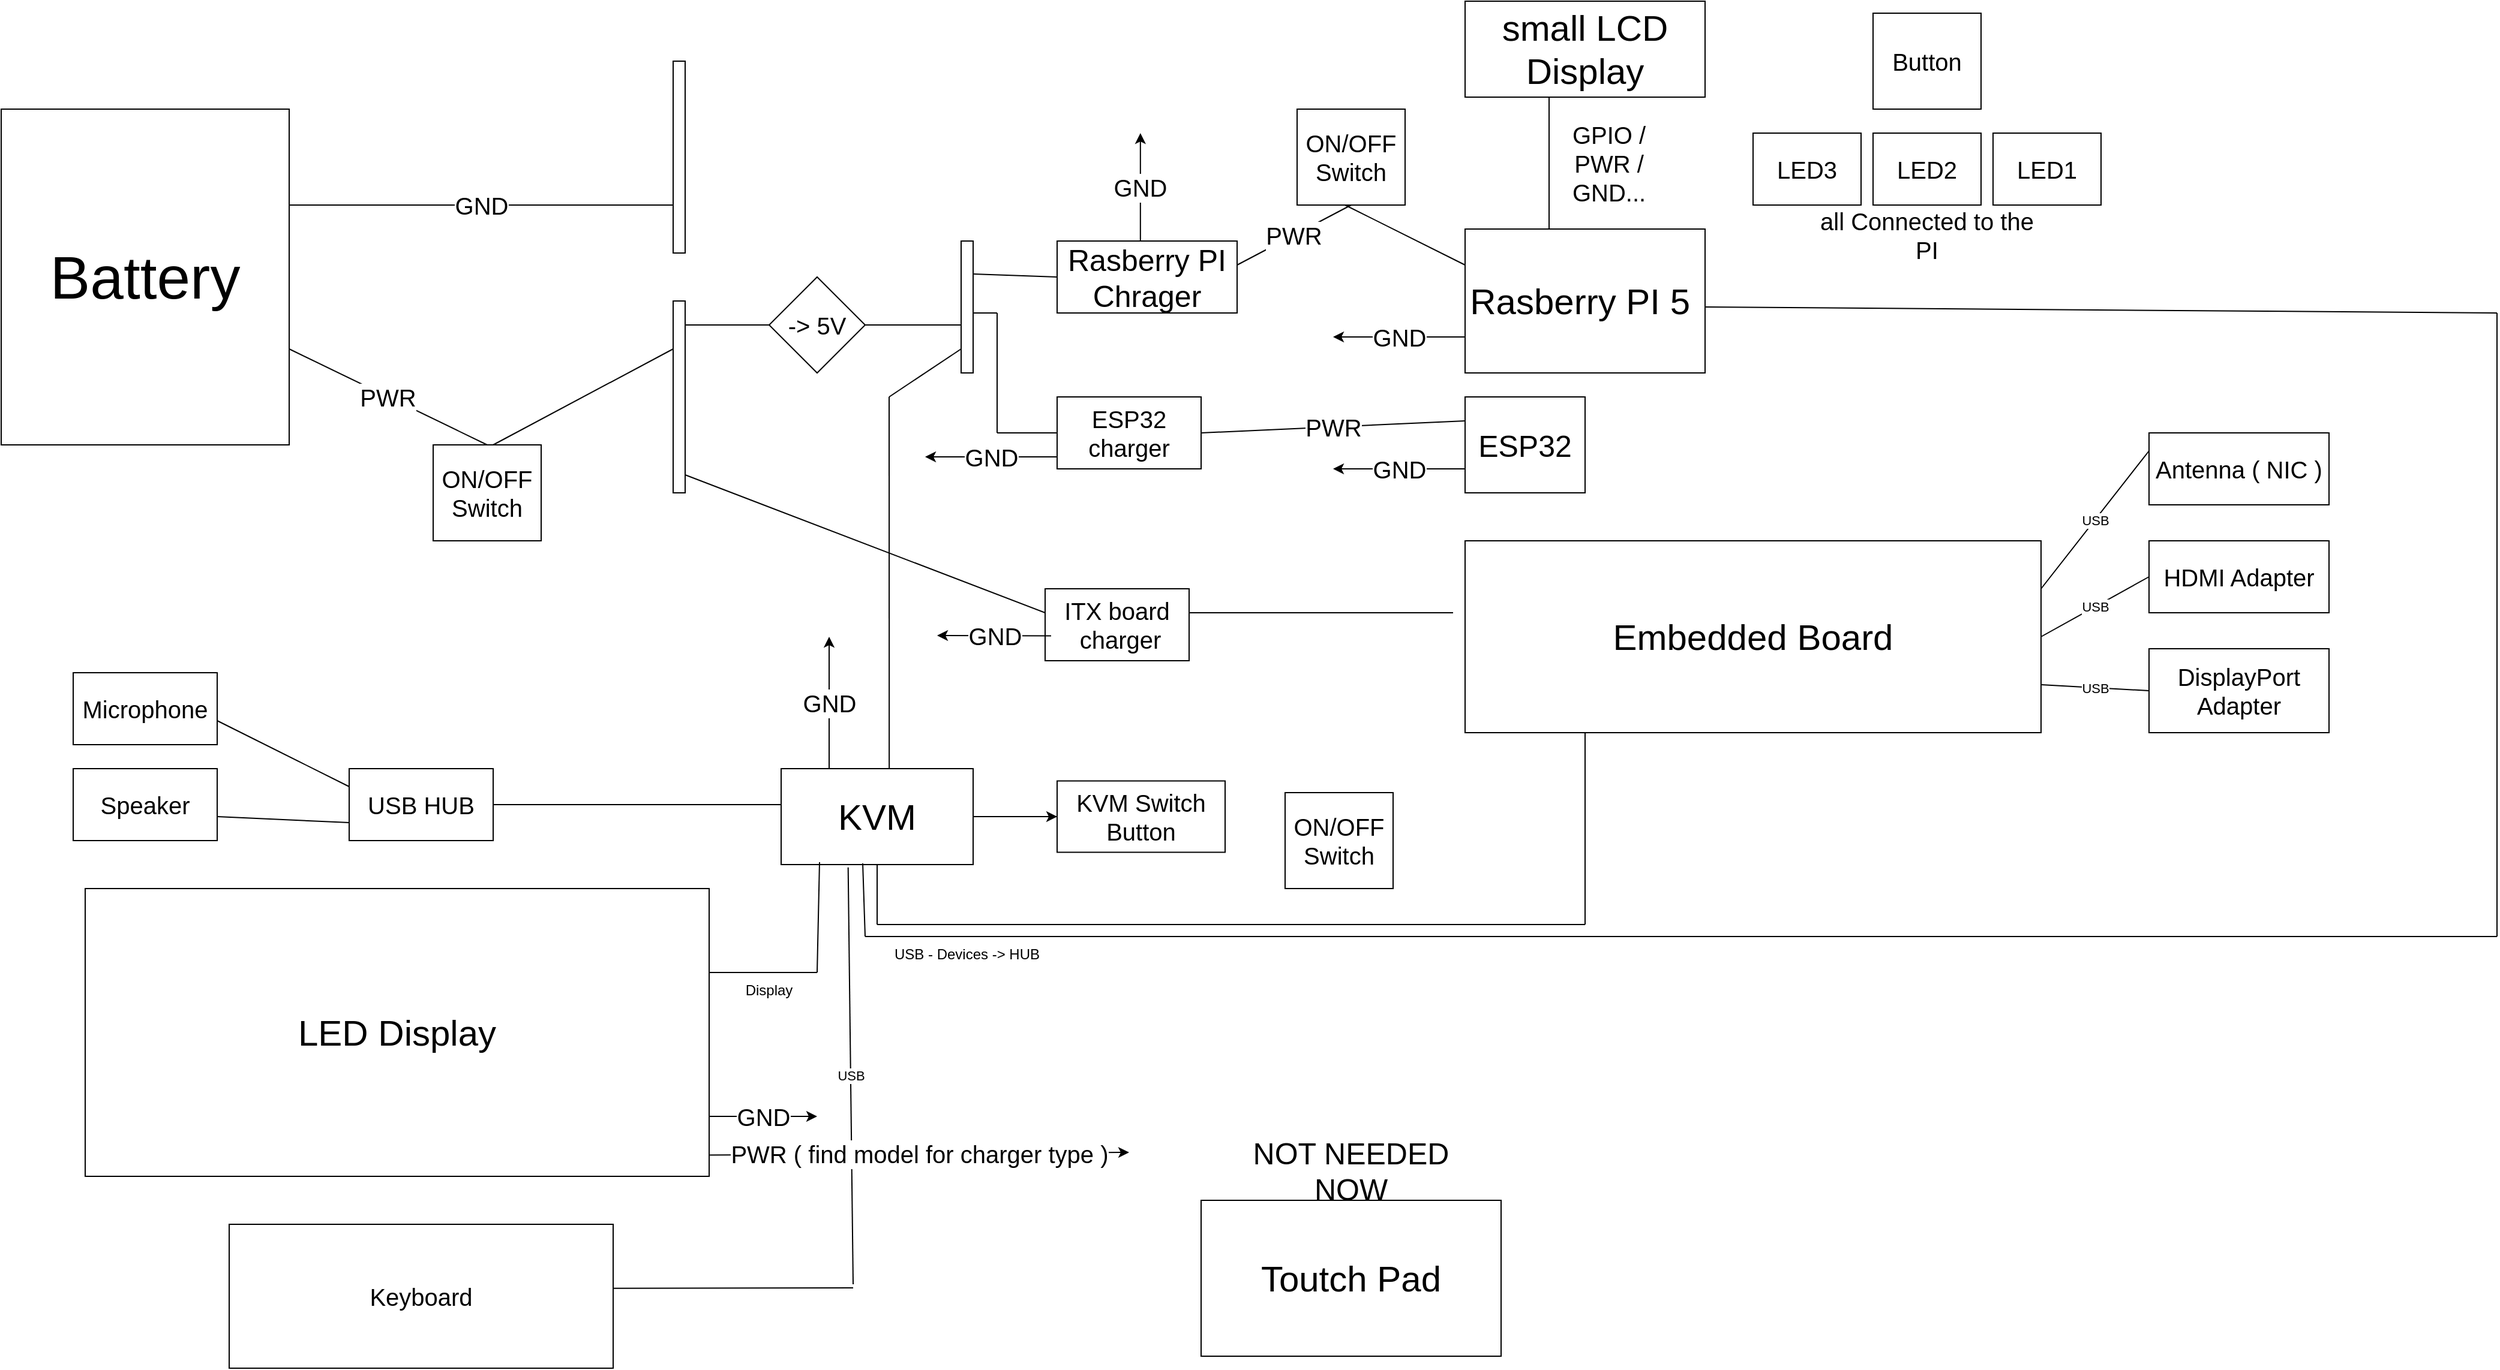
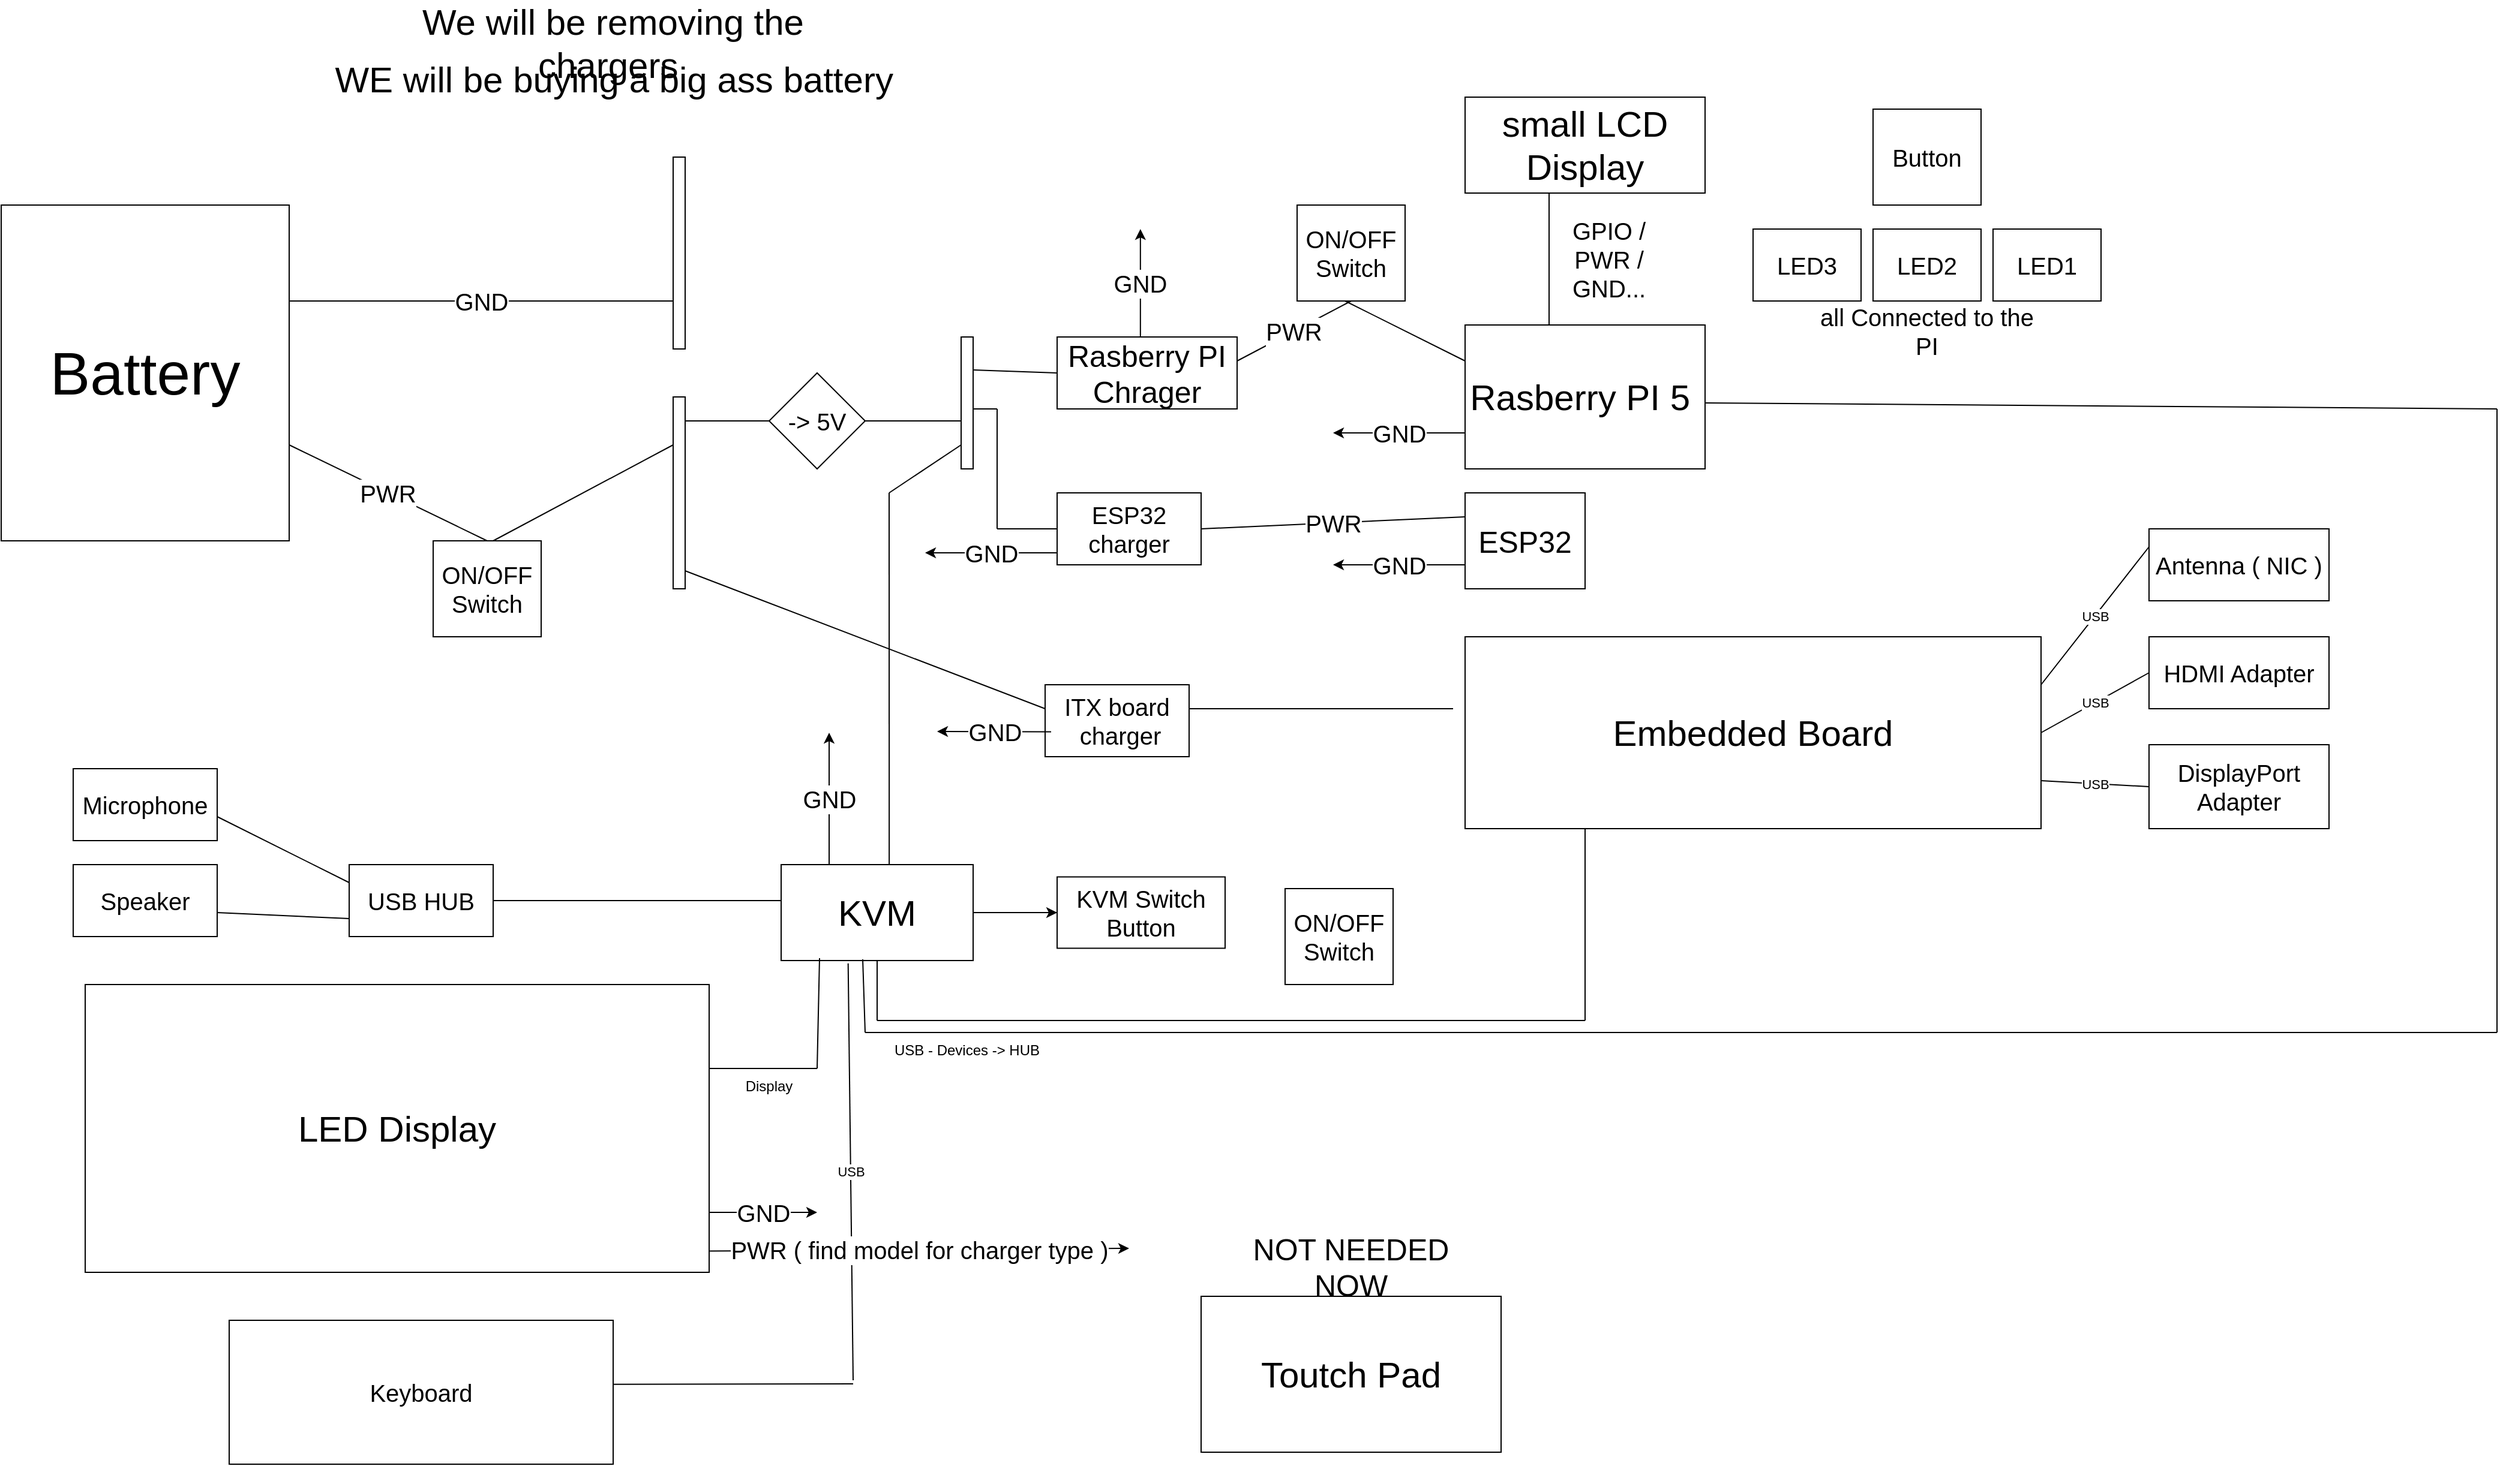
<mxfile host="app.diagrams.net">
  <diagram name="Page-1" id="-A7zwxtQQ4c7CkvIr7jm">
    <mxGraphModel dx="1987" dy="1242" grid="1" gridSize="10" guides="1" tooltips="1" connect="1" arrows="1" fold="1" page="1" pageScale="1" pageWidth="3300" pageHeight="2339" math="0" shadow="0">
      <root>
        <mxCell id="0" />
        <mxCell id="1" parent="0" />
        <mxCell id="-z_A7mw_hyHojzm8xq02-5" parent="1" style="rounded=0;whiteSpace=wrap;html=1;" value="&lt;font style=&quot;font-size: 50px;&quot;&gt;Battery&lt;/font&gt;" vertex="1">
          <mxGeometry height="280" width="240" x="1120" y="920" as="geometry" />
        </mxCell>
        <mxCell id="-z_A7mw_hyHojzm8xq02-14" edge="1" parent="1" style="endArrow=none;html=1;rounded=0;entryX=0.5;entryY=0;entryDx=0;entryDy=0;" target="dbD3cyStfzAGDS6KlF5t-5" value="&lt;font style=&quot;font-size: 20px;&quot;&gt;PWR&lt;/font&gt;">
          <mxGeometry height="50" relative="1" width="50" as="geometry">
            <mxPoint x="1360" y="1120" as="sourcePoint" />
            <mxPoint x="1480" y="1120" as="targetPoint" />
          </mxGeometry>
        </mxCell>
        <mxCell id="-z_A7mw_hyHojzm8xq02-16" edge="1" parent="1" style="endArrow=none;html=1;rounded=0;" value="&lt;font style=&quot;font-size: 20px;&quot;&gt;GND&lt;/font&gt;">
          <mxGeometry height="50" relative="1" width="50" as="geometry">
            <mxPoint x="1360" y="1000" as="sourcePoint" />
            <mxPoint x="1680" y="1000" as="targetPoint" />
          </mxGeometry>
        </mxCell>
        <mxCell id="-z_A7mw_hyHojzm8xq02-18" parent="1" style="rounded=0;whiteSpace=wrap;html=1;" value="" vertex="1">
          <mxGeometry height="160" width="10" x="1680" y="1080" as="geometry" />
        </mxCell>
        <mxCell id="-z_A7mw_hyHojzm8xq02-20" parent="1" style="rounded=0;whiteSpace=wrap;html=1;" value="" vertex="1">
          <mxGeometry height="160" width="10" x="1680" y="880" as="geometry" />
        </mxCell>
        <mxCell id="-z_A7mw_hyHojzm8xq02-23" parent="1" style="rounded=0;whiteSpace=wrap;html=1;" value="&lt;font style=&quot;font-size: 20px;&quot;&gt;Keyboard&lt;/font&gt;" vertex="1">
          <mxGeometry height="120" width="320" x="1310" y="1850" as="geometry" />
        </mxCell>
        <mxCell id="-z_A7mw_hyHojzm8xq02-25" parent="1" style="rounded=0;whiteSpace=wrap;html=1;" value="&lt;font style=&quot;font-size: 30px;&quot;&gt;Rasberry PI 5&amp;nbsp;&lt;/font&gt;" vertex="1">
          <mxGeometry height="120" width="200" x="2340" y="1020" as="geometry" />
        </mxCell>
        <mxCell id="dbD3cyStfzAGDS6KlF5t-53" edge="1" parent="1" source="-z_A7mw_hyHojzm8xq02-26" style="edgeStyle=orthogonalEdgeStyle;rounded=0;orthogonalLoop=1;jettySize=auto;html=1;" target="dbD3cyStfzAGDS6KlF5t-17" value="">
          <mxGeometry relative="1" as="geometry" />
        </mxCell>
        <mxCell id="-z_A7mw_hyHojzm8xq02-26" parent="1" style="rounded=0;whiteSpace=wrap;html=1;" value="&lt;font style=&quot;font-size: 30px;&quot;&gt;KVM&lt;/font&gt;" vertex="1">
          <mxGeometry height="80" width="160" x="1770" y="1470" as="geometry" />
        </mxCell>
        <mxCell id="-z_A7mw_hyHojzm8xq02-27" parent="1" style="rounded=0;whiteSpace=wrap;html=1;" value="&lt;font style=&quot;font-size: 30px;&quot;&gt;Embedded Board&lt;/font&gt;" vertex="1">
          <mxGeometry height="160" width="480" x="2340" y="1280" as="geometry" />
        </mxCell>
        <mxCell id="dbD3cyStfzAGDS6KlF5t-1" parent="1" style="rounded=0;whiteSpace=wrap;html=1;" value="&lt;div&gt;&lt;font style=&quot;font-size: 30px;&quot;&gt;LED&amp;nbsp;Display&lt;/font&gt;&lt;/div&gt;" vertex="1">
          <mxGeometry height="240" width="520" x="1190" y="1570" as="geometry" />
        </mxCell>
        <mxCell id="dbD3cyStfzAGDS6KlF5t-2" parent="1" style="rounded=0;whiteSpace=wrap;html=1;" value="&lt;font style=&quot;font-size: 30px;&quot;&gt;small LCD Display&lt;/font&gt;" vertex="1">
          <mxGeometry height="80" width="200" x="2340" y="830" as="geometry" />
        </mxCell>
        <mxCell id="dbD3cyStfzAGDS6KlF5t-3" parent="1" style="rounded=0;whiteSpace=wrap;html=1;" value="&lt;font style=&quot;font-size: 20px;&quot;&gt;ON/OFF Switch&lt;/font&gt;" vertex="1">
          <mxGeometry height="80" width="90" x="2190" y="1490" as="geometry" />
        </mxCell>
        <mxCell id="dbD3cyStfzAGDS6KlF5t-4" parent="1" style="rounded=0;whiteSpace=wrap;html=1;" value="&lt;font style=&quot;font-size: 20px;&quot;&gt;ON/OFF Switch&lt;/font&gt;" vertex="1">
          <mxGeometry height="80" width="90" x="2200" y="920" as="geometry" />
        </mxCell>
        <mxCell id="dbD3cyStfzAGDS6KlF5t-5" parent="1" style="rounded=0;whiteSpace=wrap;html=1;" value="&lt;font style=&quot;font-size: 20px;&quot;&gt;ON/OFF Switch&lt;/font&gt;" vertex="1">
          <mxGeometry height="80" width="90" x="1480" y="1200" as="geometry" />
        </mxCell>
        <mxCell id="dbD3cyStfzAGDS6KlF5t-6" parent="1" style="rounded=0;whiteSpace=wrap;html=1;" value="&lt;font style=&quot;font-size: 20px;&quot;&gt;Button&lt;/font&gt;" vertex="1">
          <mxGeometry height="80" width="90" x="2680" y="840" as="geometry" />
        </mxCell>
        <mxCell id="dbD3cyStfzAGDS6KlF5t-7" parent="1" style="rounded=0;whiteSpace=wrap;html=1;" value="&lt;font style=&quot;font-size: 25px;&quot;&gt;ESP32&lt;/font&gt;" vertex="1">
          <mxGeometry height="80" width="100" x="2340" y="1160" as="geometry" />
        </mxCell>
        <mxCell id="dbD3cyStfzAGDS6KlF5t-8" parent="1" style="rounded=0;whiteSpace=wrap;html=1;" value="&lt;font style=&quot;font-size: 30px;&quot;&gt;Toutch Pad&lt;/font&gt;" vertex="1">
          <mxGeometry height="130" width="250" x="2120" y="1830" as="geometry" />
        </mxCell>
        <mxCell id="dbD3cyStfzAGDS6KlF5t-9" parent="1" style="rounded=0;whiteSpace=wrap;html=1;" value="&lt;font style=&quot;font-size: 20px;&quot;&gt;Microphone&lt;/font&gt;" vertex="1">
          <mxGeometry height="60" width="120" x="1180" y="1390" as="geometry" />
        </mxCell>
        <mxCell id="dbD3cyStfzAGDS6KlF5t-10" parent="1" style="rounded=0;whiteSpace=wrap;html=1;" value="&lt;font style=&quot;font-size: 20px;&quot;&gt;Speaker&lt;/font&gt;" vertex="1">
          <mxGeometry height="60" width="120" x="1180" y="1470" as="geometry" />
        </mxCell>
        <mxCell id="dbD3cyStfzAGDS6KlF5t-11" parent="1" style="rounded=0;whiteSpace=wrap;html=1;" value="&lt;font style=&quot;font-size: 20px;&quot;&gt;LED1&lt;/font&gt;" vertex="1">
          <mxGeometry height="60" width="90" x="2780" y="940" as="geometry" />
        </mxCell>
        <mxCell id="dbD3cyStfzAGDS6KlF5t-12" parent="1" style="rounded=0;whiteSpace=wrap;html=1;" value="&lt;font style=&quot;font-size: 20px;&quot;&gt;LED2&lt;/font&gt;" vertex="1">
          <mxGeometry height="60" width="90" x="2680" y="940" as="geometry" />
        </mxCell>
        <mxCell id="dbD3cyStfzAGDS6KlF5t-13" parent="1" style="rounded=0;whiteSpace=wrap;html=1;" value="&lt;div&gt;&lt;font style=&quot;font-size: 20px;&quot;&gt;LED3&lt;/font&gt;&lt;/div&gt;" vertex="1">
          <mxGeometry height="60" width="90" x="2580" y="940" as="geometry" />
        </mxCell>
        <mxCell id="dbD3cyStfzAGDS6KlF5t-14" parent="1" style="rounded=0;whiteSpace=wrap;html=1;fontSize=20;" value="&lt;font&gt;Antenna ( NIC )&lt;/font&gt;" vertex="1">
          <mxGeometry height="60" width="150" x="2910" y="1190" as="geometry" />
        </mxCell>
        <mxCell id="dbD3cyStfzAGDS6KlF5t-15" parent="1" style="rounded=0;whiteSpace=wrap;html=1;" value="&lt;font style=&quot;font-size: 20px;&quot;&gt;HDMI Adapter&lt;/font&gt;" vertex="1">
          <mxGeometry height="60" width="150" x="2910" y="1280" as="geometry" />
        </mxCell>
        <mxCell id="dbD3cyStfzAGDS6KlF5t-16" parent="1" style="rounded=0;whiteSpace=wrap;html=1;" value="&lt;div&gt;&lt;font style=&quot;font-size: 20px;&quot;&gt;DisplayPort Adapter&lt;/font&gt;&lt;/div&gt;" vertex="1">
          <mxGeometry height="70" width="150" x="2910" y="1370" as="geometry" />
        </mxCell>
        <mxCell id="dbD3cyStfzAGDS6KlF5t-17" parent="1" style="rounded=0;whiteSpace=wrap;html=1;fontSize=20;" value="KVM Switch Button" vertex="1">
          <mxGeometry height="59.5" width="140" x="2000" y="1480.25" as="geometry" />
        </mxCell>
        <mxCell id="dbD3cyStfzAGDS6KlF5t-18" parent="1" style="rounded=0;whiteSpace=wrap;html=1;fontSize=20;" value="&lt;font&gt;USB HUB&lt;/font&gt;" vertex="1">
          <mxGeometry height="60" width="120" x="1410" y="1470" as="geometry" />
        </mxCell>
        <mxCell id="dbD3cyStfzAGDS6KlF5t-19" edge="1" parent="1" style="endArrow=none;html=1;rounded=0;entryX=0;entryY=0.25;entryDx=0;entryDy=0;" target="-z_A7mw_hyHojzm8xq02-18" value="">
          <mxGeometry height="50" relative="1" width="50" as="geometry">
            <mxPoint x="1530" y="1200" as="sourcePoint" />
            <mxPoint x="1580" y="1150" as="targetPoint" />
          </mxGeometry>
        </mxCell>
        <mxCell id="dbD3cyStfzAGDS6KlF5t-20" edge="1" parent="1" style="endArrow=none;html=1;rounded=0;" value="">
          <mxGeometry height="50" relative="1" width="50" as="geometry">
            <mxPoint x="1690" y="1100" as="sourcePoint" />
            <mxPoint x="1760" y="1100" as="targetPoint" />
          </mxGeometry>
        </mxCell>
        <mxCell id="dbD3cyStfzAGDS6KlF5t-23" parent="1" style="rhombus;whiteSpace=wrap;html=1;fontSize=20;" value="-&amp;gt; 5V" vertex="1">
          <mxGeometry height="80" width="80" x="1760" y="1060" as="geometry" />
        </mxCell>
        <mxCell id="dbD3cyStfzAGDS6KlF5t-26" edge="1" parent="1" style="endArrow=none;html=1;rounded=0;" value="">
          <mxGeometry height="50" relative="1" width="50" as="geometry">
            <mxPoint x="1920" y="1100" as="sourcePoint" />
            <mxPoint x="1840" y="1100" as="targetPoint" />
          </mxGeometry>
        </mxCell>
        <mxCell id="dbD3cyStfzAGDS6KlF5t-27" parent="1" style="rounded=0;whiteSpace=wrap;html=1;" value="" vertex="1">
          <mxGeometry height="110" width="10" x="1920" y="1030" as="geometry" />
        </mxCell>
        <mxCell id="dbD3cyStfzAGDS6KlF5t-28" parent="1" style="rounded=0;whiteSpace=wrap;html=1;fontSize=25;" value="Rasberry PI Chrager" vertex="1">
          <mxGeometry height="60" width="150" x="2000" y="1030" as="geometry" />
        </mxCell>
        <mxCell id="dbD3cyStfzAGDS6KlF5t-29" edge="1" parent="1" source="dbD3cyStfzAGDS6KlF5t-28" style="endArrow=none;html=1;rounded=0;exitX=0;exitY=0.5;exitDx=0;exitDy=0;entryX=1;entryY=0.25;entryDx=0;entryDy=0;" target="dbD3cyStfzAGDS6KlF5t-27" value="">
          <mxGeometry height="50" relative="1" width="50" as="geometry">
            <mxPoint x="1760" y="1300" as="sourcePoint" />
            <mxPoint x="1810" y="1250" as="targetPoint" />
          </mxGeometry>
        </mxCell>
        <mxCell id="dbD3cyStfzAGDS6KlF5t-30" edge="1" parent="1" style="endArrow=none;html=1;rounded=0;entryX=0.5;entryY=1;entryDx=0;entryDy=0;fontSize=20;" target="dbD3cyStfzAGDS6KlF5t-4" value="PWR">
          <mxGeometry height="50" relative="1" width="50" as="geometry">
            <mxPoint x="2150" y="1050" as="sourcePoint" />
            <mxPoint x="2200" y="1000" as="targetPoint" />
          </mxGeometry>
        </mxCell>
        <mxCell id="dbD3cyStfzAGDS6KlF5t-40" parent="1" style="rounded=0;whiteSpace=wrap;html=1;fontSize=20;" value="&lt;div&gt;ESP32 charger&lt;/div&gt;" vertex="1">
          <mxGeometry height="60" width="120" x="2000" y="1160" as="geometry" />
        </mxCell>
        <mxCell id="dbD3cyStfzAGDS6KlF5t-42" edge="1" parent="1" source="dbD3cyStfzAGDS6KlF5t-40" style="endArrow=none;html=1;rounded=0;entryX=0;entryY=0.25;entryDx=0;entryDy=0;fontSize=20;exitX=1;exitY=0.5;exitDx=0;exitDy=0;" target="dbD3cyStfzAGDS6KlF5t-7" value="&lt;font&gt;PWR&lt;/font&gt;">
          <mxGeometry height="50" relative="1" width="50" as="geometry">
            <mxPoint x="2120" y="1160" as="sourcePoint" />
            <mxPoint x="2170" y="1110" as="targetPoint" />
          </mxGeometry>
        </mxCell>
        <mxCell id="dbD3cyStfzAGDS6KlF5t-48" edge="1" parent="1" source="dbD3cyStfzAGDS6KlF5t-7" style="endArrow=classic;html=1;rounded=0;exitX=0;exitY=0.75;exitDx=0;exitDy=0;fontSize=20;" value="&lt;div&gt;GND&lt;/div&gt;">
          <mxGeometry height="50" relative="1" width="50" as="geometry">
            <mxPoint x="1870" y="1300" as="sourcePoint" />
            <mxPoint x="2230" y="1220" as="targetPoint" />
          </mxGeometry>
        </mxCell>
        <mxCell id="dbD3cyStfzAGDS6KlF5t-49" edge="1" parent="1" source="-z_A7mw_hyHojzm8xq02-25" style="endArrow=classic;html=1;rounded=0;exitX=0;exitY=0.75;exitDx=0;exitDy=0;fontSize=20;" value="&lt;div&gt;GND&lt;/div&gt;">
          <mxGeometry height="50" relative="1" width="50" as="geometry">
            <mxPoint x="2430" y="940" as="sourcePoint" />
            <mxPoint x="2230" y="1110" as="targetPoint" />
          </mxGeometry>
        </mxCell>
        <mxCell id="dbD3cyStfzAGDS6KlF5t-51" edge="1" parent="1" source="-z_A7mw_hyHojzm8xq02-25" style="endArrow=none;html=1;rounded=0;exitX=0;exitY=0.25;exitDx=0;exitDy=0;" value="">
          <mxGeometry height="50" relative="1" width="50" as="geometry">
            <mxPoint x="2010" y="1160" as="sourcePoint" />
            <mxPoint x="2240" y="1000" as="targetPoint" />
          </mxGeometry>
        </mxCell>
        <mxCell id="dbD3cyStfzAGDS6KlF5t-52" edge="1" parent="1" style="endArrow=none;html=1;rounded=0;entryX=0;entryY=0.5;entryDx=0;entryDy=0;" target="dbD3cyStfzAGDS6KlF5t-17" value="">
          <mxGeometry height="50" relative="1" width="50" as="geometry">
            <mxPoint x="1930" y="1510" as="sourcePoint" />
            <mxPoint x="1920" y="1450" as="targetPoint" />
          </mxGeometry>
        </mxCell>
        <mxCell id="dbD3cyStfzAGDS6KlF5t-56" edge="1" parent="1" style="endArrow=none;html=1;rounded=0;entryX=1;entryY=0.5;entryDx=0;entryDy=0;" target="dbD3cyStfzAGDS6KlF5t-18" value="">
          <mxGeometry height="50" relative="1" width="50" as="geometry">
            <mxPoint x="1770" y="1500" as="sourcePoint" />
            <mxPoint x="1920" y="1450" as="targetPoint" />
          </mxGeometry>
        </mxCell>
        <mxCell id="dbD3cyStfzAGDS6KlF5t-61" edge="1" parent="1" source="-z_A7mw_hyHojzm8xq02-27" style="endArrow=none;html=1;rounded=0;entryX=0;entryY=0.25;entryDx=0;entryDy=0;exitX=1;exitY=0.25;exitDx=0;exitDy=0;" target="dbD3cyStfzAGDS6KlF5t-14" value="&lt;div&gt;USB&lt;/div&gt;">
          <mxGeometry height="50" relative="1" width="50" as="geometry">
            <mxPoint x="2070" y="1500" as="sourcePoint" />
            <mxPoint x="2120" y="1450" as="targetPoint" />
          </mxGeometry>
        </mxCell>
        <mxCell id="dbD3cyStfzAGDS6KlF5t-62" edge="1" parent="1" source="dbD3cyStfzAGDS6KlF5t-15" style="endArrow=none;html=1;rounded=0;exitX=0;exitY=0.5;exitDx=0;exitDy=0;entryX=1;entryY=0.5;entryDx=0;entryDy=0;" target="-z_A7mw_hyHojzm8xq02-27" value="&lt;div&gt;USB&lt;/div&gt;">
          <mxGeometry height="50" relative="1" width="50" as="geometry">
            <mxPoint x="2500" y="1600" as="sourcePoint" />
            <mxPoint x="2550" y="1550" as="targetPoint" />
          </mxGeometry>
        </mxCell>
        <mxCell id="dbD3cyStfzAGDS6KlF5t-63" edge="1" parent="1" source="dbD3cyStfzAGDS6KlF5t-16" style="endArrow=none;html=1;rounded=0;exitX=0;exitY=0.5;exitDx=0;exitDy=0;entryX=1;entryY=0.75;entryDx=0;entryDy=0;" target="-z_A7mw_hyHojzm8xq02-27" value="USB">
          <mxGeometry height="50" relative="1" width="50" as="geometry">
            <mxPoint x="2500" y="1600" as="sourcePoint" />
            <mxPoint x="2550" y="1550" as="targetPoint" />
          </mxGeometry>
        </mxCell>
        <mxCell id="dbD3cyStfzAGDS6KlF5t-64" edge="1" parent="1" style="endArrow=none;html=1;rounded=0;" value="">
          <mxGeometry height="50" relative="1" width="50" as="geometry">
            <mxPoint x="2440" y="1600" as="sourcePoint" />
            <mxPoint x="2440" y="1440" as="targetPoint" />
          </mxGeometry>
        </mxCell>
        <mxCell id="dbD3cyStfzAGDS6KlF5t-65" edge="1" parent="1" style="endArrow=none;html=1;rounded=0;" value="">
          <mxGeometry height="50" relative="1" width="50" as="geometry">
            <mxPoint x="2540" y="1085" as="sourcePoint" />
            <mxPoint x="3200" y="1090" as="targetPoint" />
          </mxGeometry>
        </mxCell>
        <mxCell id="dbD3cyStfzAGDS6KlF5t-66" edge="1" parent="1" style="endArrow=none;html=1;rounded=0;" value="">
          <mxGeometry height="50" relative="1" width="50" as="geometry">
            <mxPoint x="3200" y="1090" as="sourcePoint" />
            <mxPoint x="3200" y="1610" as="targetPoint" />
          </mxGeometry>
        </mxCell>
        <mxCell id="dbD3cyStfzAGDS6KlF5t-67" edge="1" parent="1" style="endArrow=none;html=1;rounded=0;" value="">
          <mxGeometry height="50" relative="1" width="50" as="geometry">
            <mxPoint x="1840" y="1610" as="sourcePoint" />
            <mxPoint x="3200" y="1610" as="targetPoint" />
          </mxGeometry>
        </mxCell>
        <mxCell id="dbD3cyStfzAGDS6KlF5t-68" edge="1" parent="1" style="endArrow=none;html=1;rounded=0;" value="">
          <mxGeometry height="50" relative="1" width="50" as="geometry">
            <mxPoint x="1850" y="1600" as="sourcePoint" />
            <mxPoint x="2440" y="1600" as="targetPoint" />
          </mxGeometry>
        </mxCell>
        <mxCell id="dbD3cyStfzAGDS6KlF5t-70" edge="1" parent="1" style="endArrow=none;html=1;rounded=0;entryX=0.425;entryY=0.988;entryDx=0;entryDy=0;entryPerimeter=0;" target="-z_A7mw_hyHojzm8xq02-26" value="">
          <mxGeometry height="50" relative="1" width="50" as="geometry">
            <mxPoint x="1840" y="1610" as="sourcePoint" />
            <mxPoint x="1890" y="1560" as="targetPoint" />
          </mxGeometry>
        </mxCell>
        <mxCell id="dbD3cyStfzAGDS6KlF5t-72" edge="1" parent="1" style="endArrow=none;html=1;rounded=0;entryX=0.5;entryY=1;entryDx=0;entryDy=0;" target="-z_A7mw_hyHojzm8xq02-26" value="">
          <mxGeometry height="50" relative="1" width="50" as="geometry">
            <mxPoint x="1850" y="1600" as="sourcePoint" />
            <mxPoint x="2000" y="1490" as="targetPoint" />
          </mxGeometry>
        </mxCell>
        <mxCell id="dbD3cyStfzAGDS6KlF5t-73" parent="1" style="text;html=1;whiteSpace=wrap;strokeColor=none;fillColor=none;align=center;verticalAlign=middle;rounded=0;" value="&lt;div&gt;USB - Devices -&amp;gt; HUB&lt;/div&gt;" vertex="1">
          <mxGeometry height="30" width="140" x="1855" y="1610" as="geometry" />
        </mxCell>
        <mxCell id="dbD3cyStfzAGDS6KlF5t-74" edge="1" parent="1" style="endArrow=none;html=1;rounded=0;" value="">
          <mxGeometry height="50" relative="1" width="50" as="geometry">
            <mxPoint x="1710" y="1640" as="sourcePoint" />
            <mxPoint x="1800" y="1640" as="targetPoint" />
          </mxGeometry>
        </mxCell>
        <mxCell id="dbD3cyStfzAGDS6KlF5t-75" edge="1" parent="1" style="endArrow=none;html=1;rounded=0;" value="">
          <mxGeometry height="50" relative="1" width="50" as="geometry">
            <mxPoint x="1800" y="1640" as="sourcePoint" />
            <mxPoint x="1802" y="1548" as="targetPoint" />
          </mxGeometry>
        </mxCell>
        <mxCell id="dbD3cyStfzAGDS6KlF5t-76" parent="1" style="text;html=1;whiteSpace=wrap;strokeColor=none;fillColor=none;align=center;verticalAlign=middle;rounded=0;" value="&lt;div&gt;Display&lt;/div&gt;" vertex="1">
          <mxGeometry height="30" width="60" x="1730" y="1640" as="geometry" />
        </mxCell>
        <mxCell id="dbD3cyStfzAGDS6KlF5t-77" edge="1" parent="1" style="endArrow=none;html=1;rounded=0;entryX=1.001;entryY=0.445;entryDx=0;entryDy=0;entryPerimeter=0;" target="-z_A7mw_hyHojzm8xq02-23" value="">
          <mxGeometry height="50" relative="1" width="50" as="geometry">
            <mxPoint x="1830" y="1903" as="sourcePoint" />
            <mxPoint x="1740" y="1620" as="targetPoint" />
          </mxGeometry>
        </mxCell>
        <mxCell id="dbD3cyStfzAGDS6KlF5t-78" edge="1" parent="1" source="-z_A7mw_hyHojzm8xq02-26" style="endArrow=none;html=1;rounded=0;exitX=0.349;exitY=1.029;exitDx=0;exitDy=0;exitPerimeter=0;" value="&lt;div&gt;USB&lt;/div&gt;">
          <mxGeometry height="50" relative="1" width="50" as="geometry">
            <mxPoint x="1690" y="1670" as="sourcePoint" />
            <mxPoint x="1830" y="1900" as="targetPoint" />
          </mxGeometry>
        </mxCell>
        <mxCell id="dbD3cyStfzAGDS6KlF5t-80" parent="1" style="text;html=1;whiteSpace=wrap;strokeColor=none;fillColor=none;align=center;verticalAlign=middle;rounded=0;fontSize=25;" value="NOT NEEDED NOW" vertex="1">
          <mxGeometry height="30" width="230" x="2130" y="1790" as="geometry" />
        </mxCell>
        <mxCell id="dbD3cyStfzAGDS6KlF5t-81" edge="1" parent="1" style="endArrow=none;html=1;rounded=0;entryX=0;entryY=0.25;entryDx=0;entryDy=0;" target="dbD3cyStfzAGDS6KlF5t-18" value="">
          <mxGeometry height="50" relative="1" width="50" as="geometry">
            <mxPoint x="1300" y="1430" as="sourcePoint" />
            <mxPoint x="1350" y="1380" as="targetPoint" />
          </mxGeometry>
        </mxCell>
        <mxCell id="dbD3cyStfzAGDS6KlF5t-82" edge="1" parent="1" style="endArrow=none;html=1;rounded=0;entryX=0;entryY=0.75;entryDx=0;entryDy=0;" target="dbD3cyStfzAGDS6KlF5t-18" value="">
          <mxGeometry height="50" relative="1" width="50" as="geometry">
            <mxPoint x="1300" y="1510" as="sourcePoint" />
            <mxPoint x="1350" y="1460" as="targetPoint" />
          </mxGeometry>
        </mxCell>
        <mxCell id="dbD3cyStfzAGDS6KlF5t-83" edge="1" parent="1" source="-z_A7mw_hyHojzm8xq02-25" style="endArrow=none;html=1;rounded=0;exitX=0.35;exitY=0;exitDx=0;exitDy=0;exitPerimeter=0;" value="">
          <mxGeometry height="50" relative="1" width="50" as="geometry">
            <mxPoint x="2360" y="960" as="sourcePoint" />
            <mxPoint x="2410" y="910" as="targetPoint" />
          </mxGeometry>
        </mxCell>
        <mxCell id="dbD3cyStfzAGDS6KlF5t-84" parent="1" style="text;html=1;whiteSpace=wrap;strokeColor=none;fillColor=none;align=center;verticalAlign=middle;rounded=0;fontSize=20;" value="&lt;div&gt;GPIO / PWR / GND...&lt;/div&gt;" vertex="1">
          <mxGeometry height="30" width="60" x="2430" y="950" as="geometry" />
        </mxCell>
        <mxCell id="dbD3cyStfzAGDS6KlF5t-87" edge="1" parent="1" style="endArrow=none;html=1;rounded=0;" value="">
          <mxGeometry height="50" relative="1" width="50" as="geometry">
            <mxPoint x="1950" y="1190" as="sourcePoint" />
            <mxPoint x="2000" y="1190" as="targetPoint" />
          </mxGeometry>
        </mxCell>
        <mxCell id="dbD3cyStfzAGDS6KlF5t-88" edge="1" parent="1" style="endArrow=none;html=1;rounded=0;" value="">
          <mxGeometry height="50" relative="1" width="50" as="geometry">
            <mxPoint x="1950" y="1190" as="sourcePoint" />
            <mxPoint x="1950" y="1090" as="targetPoint" />
          </mxGeometry>
        </mxCell>
        <mxCell id="dbD3cyStfzAGDS6KlF5t-89" edge="1" parent="1" style="endArrow=none;html=1;rounded=0;" value="">
          <mxGeometry height="50" relative="1" width="50" as="geometry">
            <mxPoint x="1930" y="1090" as="sourcePoint" />
            <mxPoint x="1950" y="1090" as="targetPoint" />
          </mxGeometry>
        </mxCell>
        <mxCell id="dbD3cyStfzAGDS6KlF5t-90" edge="1" parent="1" style="endArrow=classic;html=1;rounded=0;exitX=0;exitY=0.75;exitDx=0;exitDy=0;fontSize=20;" value="&lt;div&gt;GND&lt;/div&gt;">
          <mxGeometry height="50" relative="1" width="50" as="geometry">
            <mxPoint x="2000" y="1210" as="sourcePoint" />
            <mxPoint x="1890" y="1210" as="targetPoint" />
          </mxGeometry>
        </mxCell>
        <mxCell id="dbD3cyStfzAGDS6KlF5t-91" edge="1" parent="1" style="endArrow=classic;html=1;rounded=0;fontSize=20;" value="&lt;div&gt;GND&lt;/div&gt;">
          <mxGeometry height="50" relative="1" width="50" as="geometry">
            <mxPoint x="2069.41" y="1030" as="sourcePoint" />
            <mxPoint x="2069.41" y="940" as="targetPoint" />
          </mxGeometry>
        </mxCell>
        <mxCell id="dbD3cyStfzAGDS6KlF5t-92" edge="1" parent="1" style="endArrow=none;html=1;rounded=0;" value="">
          <mxGeometry height="50" relative="1" width="50" as="geometry">
            <mxPoint x="1860" y="1160" as="sourcePoint" />
            <mxPoint x="1920" y="1120" as="targetPoint" />
          </mxGeometry>
        </mxCell>
        <mxCell id="dbD3cyStfzAGDS6KlF5t-93" edge="1" parent="1" source="-z_A7mw_hyHojzm8xq02-26" style="endArrow=none;html=1;rounded=0;exitX=0.563;exitY=0;exitDx=0;exitDy=0;exitPerimeter=0;" value="">
          <mxGeometry height="50" relative="1" width="50" as="geometry">
            <mxPoint x="1810" y="1210" as="sourcePoint" />
            <mxPoint x="1860" y="1160" as="targetPoint" />
          </mxGeometry>
        </mxCell>
        <mxCell id="dbD3cyStfzAGDS6KlF5t-95" edge="1" parent="1" style="endArrow=classic;html=1;rounded=0;fontSize=20;" value="&lt;div&gt;GND&lt;/div&gt;">
          <mxGeometry height="50" relative="1" width="50" as="geometry">
            <mxPoint x="1810" y="1470" as="sourcePoint" />
            <mxPoint x="1810" y="1360" as="targetPoint" />
          </mxGeometry>
        </mxCell>
        <mxCell id="dbD3cyStfzAGDS6KlF5t-97" edge="1" parent="1" style="endArrow=classic;html=1;rounded=0;fontSize=20;" value="&lt;div&gt;GND&lt;/div&gt;">
          <mxGeometry height="50" relative="1" width="50" as="geometry">
            <mxPoint x="1710" y="1760" as="sourcePoint" />
            <mxPoint x="1800" y="1760" as="targetPoint" />
          </mxGeometry>
        </mxCell>
        <mxCell id="dbD3cyStfzAGDS6KlF5t-98" edge="1" parent="1" source="dbD3cyStfzAGDS6KlF5t-1" style="endArrow=classic;html=1;rounded=0;fontSize=20;exitX=0.999;exitY=0.926;exitDx=0;exitDy=0;exitPerimeter=0;" value="&lt;div&gt;PWR ( find model for charger type )&lt;/div&gt;">
          <mxGeometry height="50" relative="1" width="50" as="geometry">
            <mxPoint x="1920" y="1820" as="sourcePoint" />
            <mxPoint x="2060" y="1790" as="targetPoint" />
          </mxGeometry>
        </mxCell>
        <mxCell id="dbD3cyStfzAGDS6KlF5t-100" parent="1" style="text;html=1;whiteSpace=wrap;strokeColor=none;fillColor=none;align=center;verticalAlign=middle;rounded=0;fontSize=20;" value="&lt;div&gt;all&amp;nbsp;Connected to the PI&lt;/div&gt;" vertex="1">
          <mxGeometry height="30" width="190" x="2630" y="1010" as="geometry" />
        </mxCell>
        <mxCell id="dbD3cyStfzAGDS6KlF5t-102" edge="1" parent="1" style="endArrow=none;html=1;rounded=0;" value="">
          <mxGeometry height="50" relative="1" width="50" as="geometry">
            <mxPoint x="1690" y="1225" as="sourcePoint" />
            <mxPoint x="1990" y="1340" as="targetPoint" />
          </mxGeometry>
        </mxCell>
        <mxCell id="dbD3cyStfzAGDS6KlF5t-103" parent="1" style="rounded=0;whiteSpace=wrap;html=1;fontSize=20;" value="&lt;div&gt;ITX board&lt;/div&gt;&lt;div&gt;&amp;nbsp;charger&lt;/div&gt;" vertex="1">
          <mxGeometry height="60" width="120" x="1990" y="1320" as="geometry" />
        </mxCell>
        <mxCell id="dbD3cyStfzAGDS6KlF5t-104" edge="1" parent="1" style="endArrow=none;html=1;rounded=0;" value="">
          <mxGeometry height="50" relative="1" width="50" as="geometry">
            <mxPoint x="2110" y="1340" as="sourcePoint" />
            <mxPoint x="2330" y="1340" as="targetPoint" />
          </mxGeometry>
        </mxCell>
        <mxCell id="dbD3cyStfzAGDS6KlF5t-105" edge="1" parent="1" style="endArrow=classic;html=1;rounded=0;exitX=0;exitY=0.75;exitDx=0;exitDy=0;fontSize=20;" value="&lt;div&gt;GND&lt;/div&gt;">
          <mxGeometry height="50" relative="1" width="50" as="geometry">
            <mxPoint x="1995" y="1359.23" as="sourcePoint" />
            <mxPoint x="1900" y="1359" as="targetPoint" />
          </mxGeometry>
        </mxCell>
+         <mxCell id="dbD3cyStfzAGDS6KlF5t-106" parent="1" style="text;html=1;whiteSpace=wrap;strokeColor=none;fillColor=none;align=center;verticalAlign=middle;rounded=0;fontSize=30;" value="&lt;div&gt;We will be removing the chargers&amp;nbsp;&lt;/div&gt;" vertex="1">
+           <mxGeometry height="30" width="420" x="1420" y="770" as="geometry" />
+         </mxCell>
+         <mxCell id="dbD3cyStfzAGDS6KlF5t-107" parent="1" style="text;html=1;whiteSpace=wrap;strokeColor=none;fillColor=none;align=center;verticalAlign=middle;rounded=0;fontSize=30;" value="WE will be buying a big ass battery&amp;nbsp;" vertex="1">
+           <mxGeometry height="30" width="530" x="1370" y="800" as="geometry" />
+         </mxCell>
      </root>
    </mxGraphModel>
  </diagram>
</mxfile>
